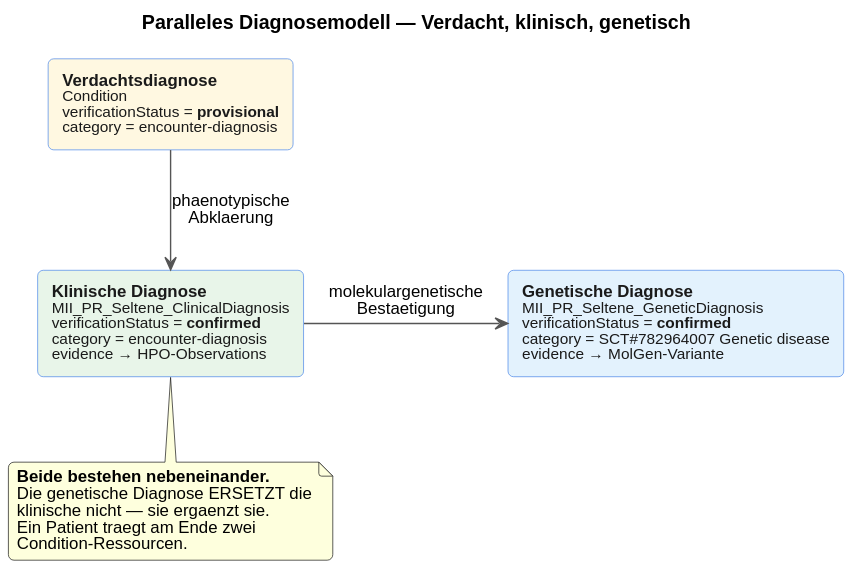
Before: input/images/diagnose-parallelmodell.svg, a diagram exported from PlantUML (medizininformatik-initiative/kerndatensatzmodul-seltene-erkrankungen).
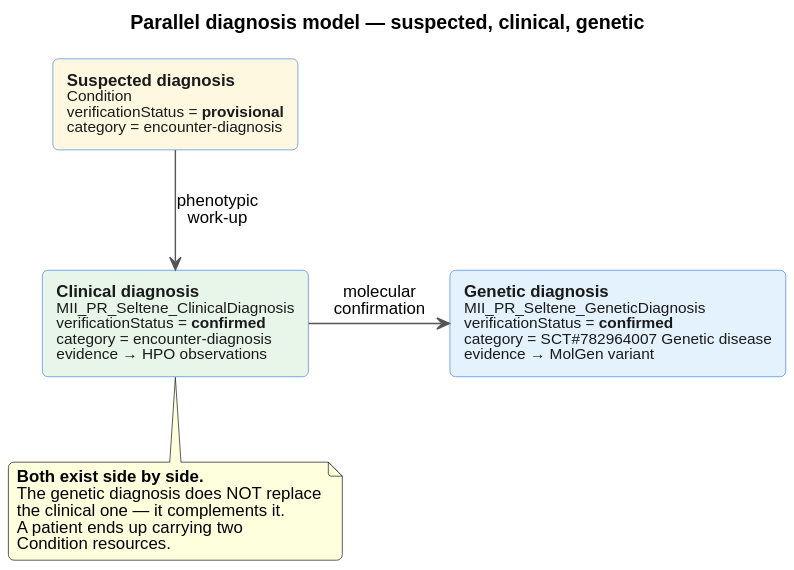
Above is the later version.

Change to the diagram source:
```diff
@@ -11,20 +11,20 @@
   FontColor #1a1a1a
 }
 
-title Paralleles Diagnosemodell — Verdacht, klinisch, genetisch
+title Parallel diagnosis model — suspected, clinical, genetic
 
-rectangle "**Verdachtsdiagnose**\n<size:11>Condition</size>\n<size:11>verificationStatus = **provisional**</size>\n<size:11>category = encounter-diagnosis</size>" as V #fff8e1
-rectangle "**Klinische Diagnose**\n<size:11>MII_PR_Seltene_ClinicalDiagnosis</size>\n<size:11>verificationStatus = **confirmed**</size>\n<size:11>category = encounter-diagnosis</size>\n<size:11>evidence → HPO-Observations</size>" as K #e8f5e9
-rectangle "**Genetische Diagnose**\n<size:11>MII_PR_Seltene_GeneticDiagnosis</size>\n<size:11>verificationStatus = **confirmed**</size>\n<size:11>category = SCT#782964007 Genetic disease</size>\n<size:11>evidence → MolGen-Variante</size>" as G #e3f2fd
+rectangle "**Suspected diagnosis**\n<size:11>Condition</size>\n<size:11>verificationStatus = **provisional**</size>\n<size:11>category = encounter-diagnosis</size>" as V #fff8e1
+rectangle "**Clinical diagnosis**\n<size:11>MII_PR_Seltene_ClinicalDiagnosis</size>\n<size:11>verificationStatus = **confirmed**</size>\n<size:11>category = encounter-diagnosis</size>\n<size:11>evidence → HPO observations</size>" as K #e8f5e9
+rectangle "**Genetic diagnosis**\n<size:11>MII_PR_Seltene_GeneticDiagnosis</size>\n<size:11>verificationStatus = **confirmed**</size>\n<size:11>category = SCT#782964007 Genetic disease</size>\n<size:11>evidence → MolGen variant</size>" as G #e3f2fd
 
-V -down-> K : phaenotypische\nAbklaerung
-K -right-> G : molekulargenetische\nBestaetigung
+V -down-> K : phenotypic\nwork-up
+K -right-> G : molecular\nconfirmation
 
 note bottom of K
-  **Beide bestehen nebeneinander.**
-  Die genetische Diagnose ERSETZT die
-  klinische nicht — sie ergaenzt sie.
-  Ein Patient traegt am Ende zwei
-  Condition-Ressourcen.
+  **Both exist side by side.**
+  The genetic diagnosis does NOT replace
+  the clinical one — it complements it.
+  A patient ends up carrying two
+  Condition resources.
 end note
 @enduml
```
